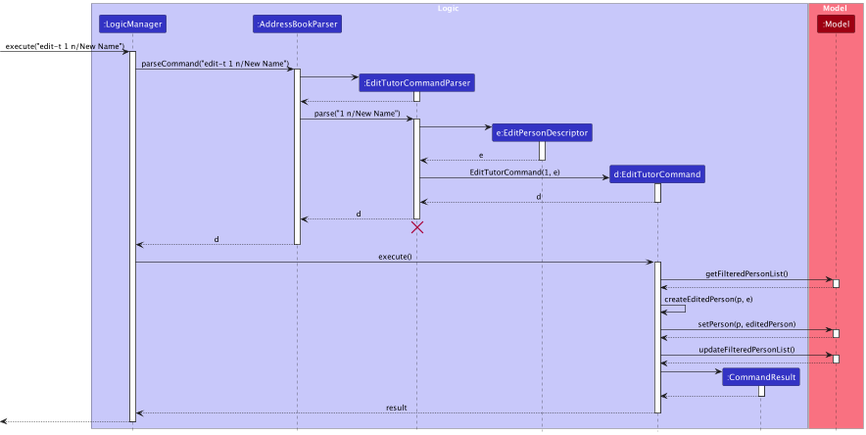
The PlantUML diagram docs/images/EditTutorSequenceDiagram.png in nus-cs2103-AY2324S1/tp, before a commit.
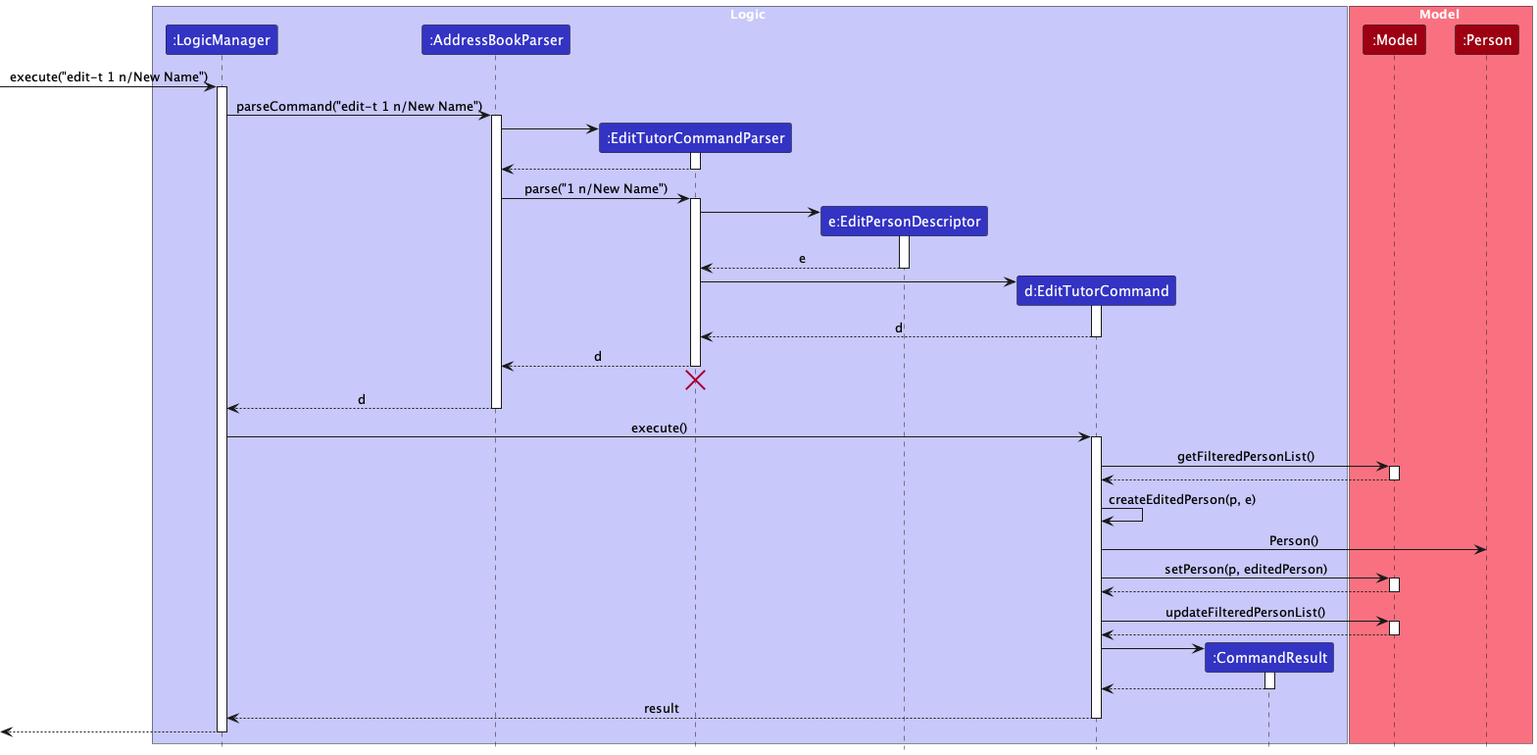
Above is the later version.

The edit, as a diff of the source:
```diff
@@ -13,6 +13,7 @@
 
 box Model MODEL_COLOR_T1
 participant ":Model" as Model MODEL_COLOR
+participant ":Person" as Person MODEL_COLOR
 end box
 
 [-> LogicManager : execute("edit-t 1 n/New Name")
@@ -39,7 +40,7 @@
 deactivate EditPersonDescriptor
 
 create EditTutorCommand
-EditTutorCommandParser -> EditTutorCommand : EditTutorCommand(1, e)
+EditTutorCommandParser -> EditTutorCommand
 activate EditTutorCommand
 
 EditTutorCommand --> EditTutorCommandParser : d
@@ -62,6 +63,8 @@
 deactivate Model
 
 EditTutorCommand -> EditTutorCommand : createEditedPerson(p, e)
+
+EditTutorCommand -> Person : Person()
 
 EditTutorCommand -> Model : setPerson(p, editedPerson)
 activate Model
```
